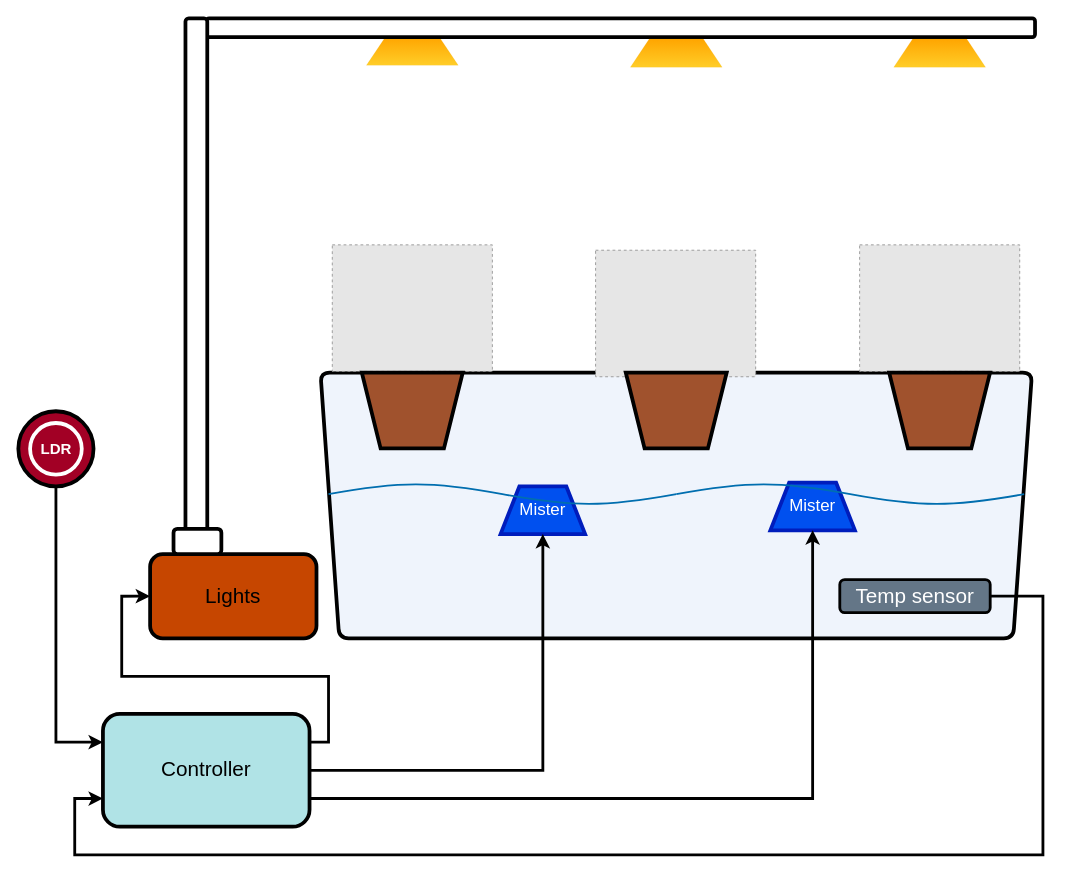
Earlier version of the draw.io diagram Images/diagrams/block_diag.drawio (MRo47/MistyGro). Source tidied: cells renumbered, new cells numbered last; positions are measured from the earlier drawing's top-left corner, leaving out a move shared by most shapes. Both pictures are drawn from the tidied source at 94%, with x=0, y=0 at pixel (18, 18). Pictures stored in the file or linked from it are replaced by grey dashed boxes.
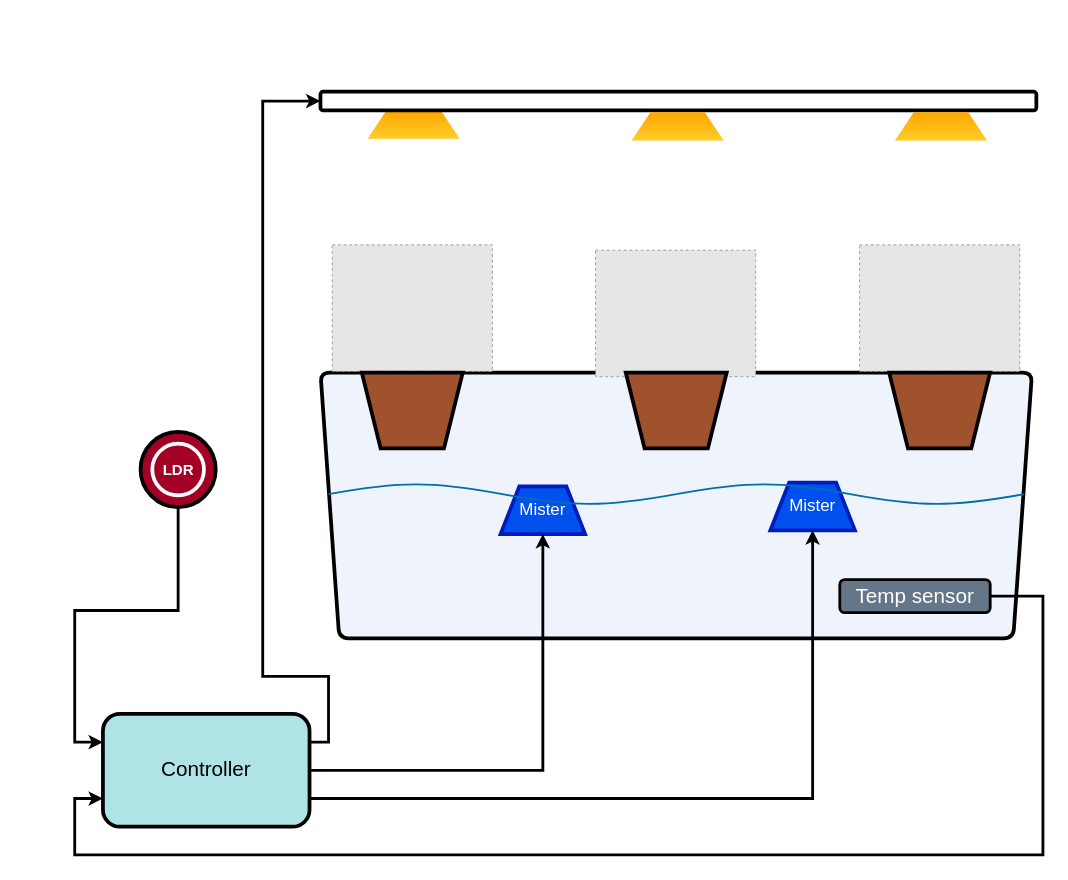
The same page after the edit.

Commit message (it also covers changes not shown here):
block diag update + added parts update

Unchanged cells that the change refers to:
```xml
<mxCell id="23" value="&lt;font style=&quot;font-size: 22px;&quot;&gt;Controller&lt;/font&gt;" style="rounded=1;whiteSpace=wrap;html=1;strokeWidth=4;fillColor=#b0e3e6;strokeColor=#000000;" parent="1" vertex="1">
  <mxGeometry x="90" y="740" width="219.8" height="120" as="geometry" />
</mxCell>
```

What changed in the source:
```diff
@@
     <mxCell id="6" style="shape=trapezoid;perimeter=trapezoidPerimeter;whiteSpace=wrap;html=1;fixedSize=1;fillColor=#ffcd28;strokeColor=#d79b00;gradientColor=#ffa500;gradientDirection=north;strokeWidth=0;" parent="1" vertex="1">
-      <mxGeometry x="370.3" y="20" width="97.7" height="30" as="geometry" />
+      <mxGeometry x="371.7" y="98" width="97.7" height="30" as="geometry" />
     </mxCell>
     <mxCell id="7" style="rounded=1;whiteSpace=wrap;html=1;strokeWidth=4;" parent="1" vertex="1">
-      <mxGeometry x="200" width="881.6" height="20" as="geometry" />
+      <mxGeometry x="321.4" y="78" width="761.6" height="20" as="geometry" />
     </mxCell>
-    <mxCell id="8" value="&lt;font style=&quot;font-size: 22px;&quot;&gt;Lights&lt;/font&gt;" style="rounded=1;whiteSpace=wrap;html=1;fillColor=#c64600;fontColor=#000000;strokeColor=#000000;strokeWidth=4;" parent="1" vertex="1">
-      <mxGeometry x="140.2" y="570" width="177" height="89.5" as="geometry" />
-    </mxCell>
-    <mxCell id="9" style="rounded=1;whiteSpace=wrap;html=1;strokeWidth=4;" parent="1" vertex="1">
-      <mxGeometry x="177.8" width="23.2" height="570" as="geometry" />
-    </mxCell>
-    <mxCell id="10" style="rounded=1;whiteSpace=wrap;html=1;strokeWidth=4;" parent="1" vertex="1">
-      <mxGeometry x="165.1" y="543.1" width="50.9" height="26.9" as="geometry" />
-    </mxCell>
@@
     <mxCell id="14" style="shape=trapezoid;perimeter=trapezoidPerimeter;whiteSpace=wrap;html=1;fixedSize=1;fillColor=#ffcd28;strokeColor=#d79b00;gradientColor=#ffa500;gradientDirection=north;strokeWidth=0;" parent="1" vertex="1">
-      <mxGeometry x="651.1" y="22" width="97.7" height="30" as="geometry" />
+      <mxGeometry x="652.5" y="100" width="97.7" height="30" as="geometry" />
     </mxCell>
     <mxCell id="15" style="shape=trapezoid;perimeter=trapezoidPerimeter;whiteSpace=wrap;html=1;fixedSize=1;fillColor=#ffcd28;strokeColor=#d79b00;gradientColor=#ffa500;gradientDirection=north;strokeWidth=0;" parent="1" vertex="1">
-      <mxGeometry x="931.3" y="22" width="97.7" height="30" as="geometry" />
+      <mxGeometry x="932.7" y="100" width="97.7" height="30" as="geometry" />
     </mxCell>
@@
-    <mxCell id="22" style="edgeStyle=orthogonalEdgeStyle;rounded=0;jettySize=auto;html=1;exitX=1;exitY=0.25;exitDx=0;exitDy=0;entryX=0;entryY=0.5;entryDx=0;entryDy=0;strokeWidth=3;" parent="1" edge="1" source="23" target="8">
+    <mxCell id="22" style="edgeStyle=orthogonalEdgeStyle;rounded=0;jettySize=auto;html=1;exitX=1;exitY=0.25;exitDx=0;exitDy=0;strokeWidth=3;entryX=0;entryY=0.5;entryDx=0;entryDy=0;" parent="1" edge="1" source="23" target="7">
       <mxGeometry relative="1" as="geometry">
         <Array as="points">
           <mxPoint x="330" y="770" />
           <mxPoint x="330" y="700" />
-          <mxPoint x="110" y="700" />
-          <mxPoint x="110" y="615" />
+          <mxPoint x="260" y="700" />
+          <mxPoint x="260" y="88" />
         </Array>
       </mxGeometry>
     </mxCell>
@@
     <mxCell id="26" style="edgeStyle=orthogonalEdgeStyle;rounded=0;jettySize=auto;html=1;exitX=0.5;exitY=1;exitDx=0;exitDy=0;entryX=0;entryY=0.25;entryDx=0;entryDy=0;strokeWidth=3;" parent="1" edge="1" source="27" target="23">
-      <mxGeometry relative="1" as="geometry" />
+      <mxGeometry relative="1" as="geometry">
+        <Array as="points">
+          <mxPoint x="170" y="630" />
+          <mxPoint x="60" y="630" />
+          <mxPoint x="60" y="770" />
+        </Array>
+      </mxGeometry>
     </mxCell>
     <mxCell id="27" style="ellipse;whiteSpace=wrap;html=1;fillColor=#a20025;fontColor=#ffffff;strokeColor=#000000;strokeWidth=4;" parent="1" vertex="1">
-      <mxGeometry y="418" width="80" height="80" as="geometry" />
+      <mxGeometry x="130" y="440" width="80" height="80" as="geometry" />
     </mxCell>
     <mxCell id="28" value="&lt;font style=&quot;font-size: 16px;&quot;&gt;&lt;b&gt;LDR&lt;/b&gt;&lt;/font&gt;" style="ellipse;whiteSpace=wrap;html=1;fillColor=#a20025;fontColor=#ffffff;strokeColor=#FFFFFF;strokeWidth=4;" parent="1" vertex="1">
-      <mxGeometry x="12.5" y="430.5" width="55" height="55" as="geometry" />
+      <mxGeometry x="142.5" y="452.5" width="55" height="55" as="geometry" />
     </mxCell>
```
